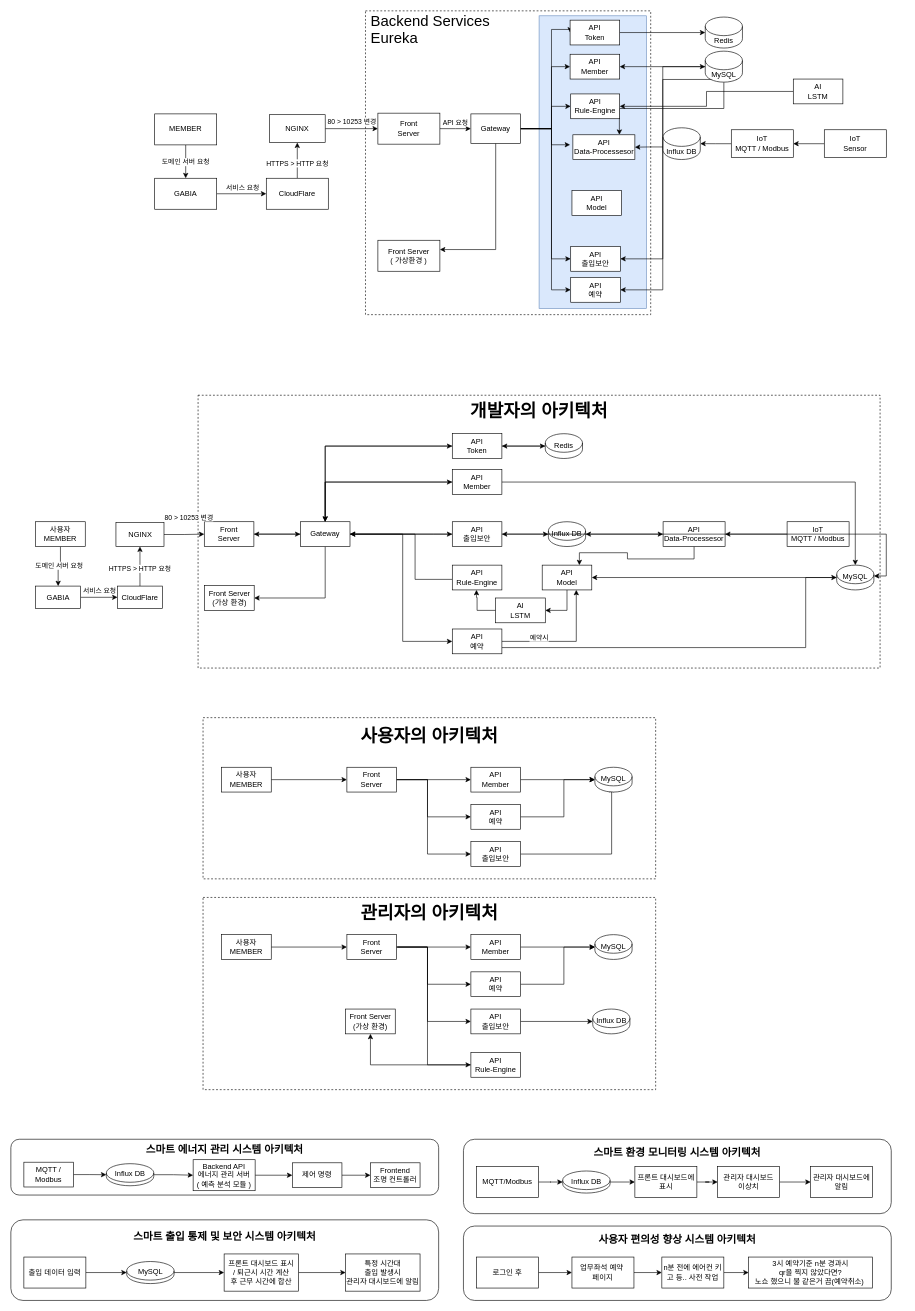
Before: team2-pangyo-coffee-legends.drawio.xml in nhnacademy-aiot2-pangyo-coffee-legends/drawio, a draw.io diagram. Source tidied: cells renumbered, new cells numbered last; positions are measured from the earlier drawing's top-left corner, leaving out a move shared by most shapes. Both pictures are drawn from the tidied source at 62%, with x=0, y=0 at pixel (11, 11).
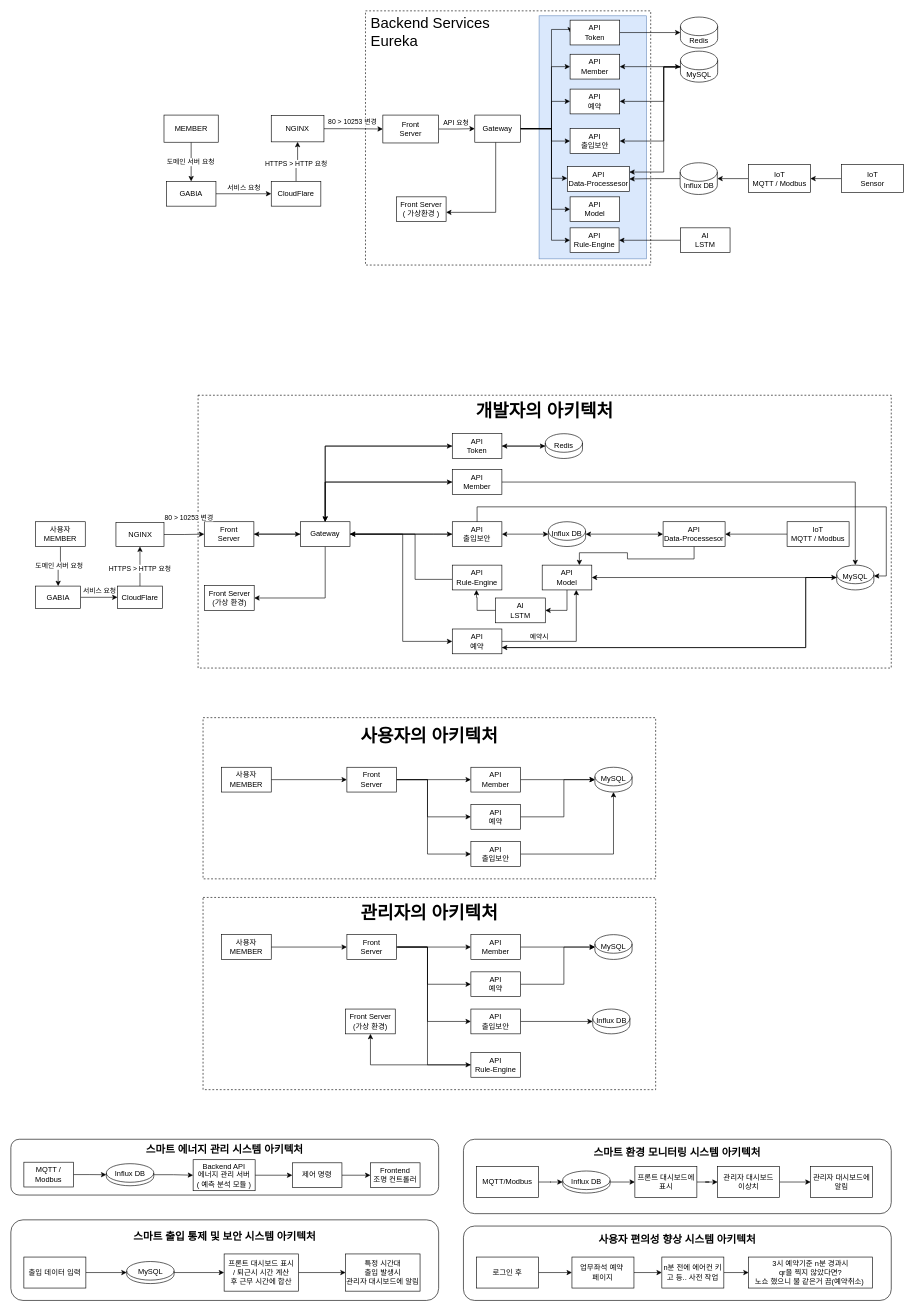
The same diagram, later.

The change refers to these unchanged cells:
```xml
<mxCell id="94" value="&lt;div&gt;API&lt;/div&gt;출입보안" style="rounded=0;whiteSpace=wrap;html=1;" parent="1" vertex="1">
  <mxGeometry x="712" y="824" width="80" height="40" as="geometry" />
</mxCell>
<mxCell id="99" value="MySQL&lt;br&gt;&lt;div&gt;&lt;span style=&quot;background-color: transparent; color: light-dark(rgb(0, 0, 0), rgb(255, 255, 255));&quot;&gt;&lt;br&gt;&lt;/span&gt;&lt;/div&gt;&lt;div&gt;&lt;span style=&quot;background-color: transparent; color: light-dark(rgb(0, 0, 0), rgb(255, 255, 255));&quot;&gt;&lt;br&gt;&lt;/span&gt;&lt;/div&gt;" style="shape=cylinder3;whiteSpace=wrap;html=1;boundedLbl=1;backgroundOutline=1;size=15;" parent="1" vertex="1">
  <mxGeometry x="1332" y="894" width="60" height="40" as="geometry" />
</mxCell>
<mxCell id="111" style="edgeStyle=orthogonalEdgeStyle;rounded=0;jettySize=auto;html=1;" parent="1" edge="1" source="114" target="110">
  <mxGeometry relative="1" as="geometry">
    <Array as="points">
      <mxPoint x="912" y="1017" />
    </Array>
  </mxGeometry>
</mxCell>
<mxCell id="114" value="API&lt;div&gt;예약&lt;/div&gt;" style="rounded=0;whiteSpace=wrap;html=1;" parent="1" vertex="1">
  <mxGeometry x="712" y="997" width="80" height="40" as="geometry" />
</mxCell>
<mxCell id="147" value="&lt;div&gt;API&lt;/div&gt;출입보안" style="rounded=0;whiteSpace=wrap;html=1;" parent="1" vertex="1">
  <mxGeometry x="742" y="1340" width="80" height="40" as="geometry" />
</mxCell>
<mxCell id="150" value="MySQL&lt;br&gt;&lt;div&gt;&lt;span style=&quot;background-color: transparent; color: light-dark(rgb(0, 0, 0), rgb(255, 255, 255));&quot;&gt;&lt;br&gt;&lt;/span&gt;&lt;/div&gt;&lt;div&gt;&lt;span style=&quot;background-color: transparent; color: light-dark(rgb(0, 0, 0), rgb(255, 255, 255));&quot;&gt;&lt;br&gt;&lt;/span&gt;&lt;/div&gt;" style="shape=cylinder3;whiteSpace=wrap;html=1;boundedLbl=1;backgroundOutline=1;size=15;" parent="1" vertex="1">
  <mxGeometry x="942" y="1220" width="60" height="40" as="geometry" />
</mxCell>
```

Change to the diagram source:
```diff
@@
-    <mxCell id="2" value="&lt;span style=&quot;font-size: 24px;&quot;&gt;&amp;nbsp;Backend Services&lt;/span&gt;&lt;br&gt;&lt;div&gt;&lt;span style=&quot;font-size: 24px;&quot;&gt;&amp;nbsp;Eureka&lt;br&gt;&lt;/span&gt;&lt;div&gt;&lt;font style=&quot;background-color: light-dark(#ffffff, var(--ge-dark-color, #121212)); font-size: 27px;&quot;&gt;&lt;br&gt;&lt;/font&gt;&lt;/div&gt;&lt;div&gt;&lt;br&gt;&lt;/div&gt;&lt;div&gt;&lt;br&gt;&lt;/div&gt;&lt;div&gt;&lt;br&gt;&lt;/div&gt;&lt;div&gt;&lt;font style=&quot;background-color: light-dark(#ffffff, var(--ge-dark-color, #121212)); font-size: 27px;&quot;&gt;&lt;br&gt;&lt;/font&gt;&lt;/div&gt;&lt;div&gt;&lt;font style=&quot;background-color: light-dark(#ffffff, var(--ge-dark-color, #121212)); font-size: 27px;&quot;&gt;&lt;br&gt;&lt;/font&gt;&lt;/div&gt;&lt;div&gt;&lt;font style=&quot;background-color: light-dark(#ffffff, var(--ge-dark-color, #121212)); font-size: 27px;&quot;&gt;&lt;br&gt;&lt;/font&gt;&lt;/div&gt;&lt;div&gt;&lt;font style=&quot;background-color: light-dark(#ffffff, var(--ge-dark-color, #121212)); font-size: 27px;&quot;&gt;&lt;br&gt;&lt;/font&gt;&lt;/div&gt;&lt;div&gt;&lt;font style=&quot;background-color: light-dark(#ffffff, var(--ge-dark-color, #121212)); font-size: 27px;&quot;&gt;&lt;br&gt;&lt;/font&gt;&lt;/div&gt;&lt;div&gt;&lt;font style=&quot;background-color: light-dark(#ffffff, var(--ge-dark-color, #121212)); font-size: 27px;&quot;&gt;&lt;br&gt;&lt;/font&gt;&lt;/div&gt;&lt;div&gt;&lt;font style=&quot;background-color: light-dark(#ffffff, var(--ge-dark-color, #121212)); font-size: 27px;&quot;&gt;&lt;br&gt;&lt;/font&gt;&lt;/div&gt;&lt;div&gt;&lt;font style=&quot;background-color: light-dark(#ffffff, var(--ge-dark-color, #121212)); font-size: 27px;&quot;&gt;&lt;br&gt;&lt;/font&gt;&lt;/div&gt;&lt;div&gt;&lt;br&gt;&lt;/div&gt;&lt;div&gt;&lt;font style=&quot;background-color: light-dark(#ffffff, var(--ge-dark-color, #121212)); font-size: 27px;&quot;&gt;&lt;br&gt;&lt;/font&gt;&lt;/div&gt;&lt;div&gt;&lt;font style=&quot;background-color: light-dark(#ffffff, var(--ge-dark-color, #121212)); font-size: 27px;&quot;&gt;&lt;br&gt;&lt;/font&gt;&lt;/div&gt;&lt;div&gt;&lt;br&gt;&lt;/div&gt;&lt;/div&gt;" style="rounded=0;whiteSpace=wrap;html=1;align=left;dashed=1;" parent="1" vertex="1">
-      <mxGeometry x="572" width="460" height="490" as="geometry" />
+    <mxCell id="2" value="&lt;span style=&quot;font-size: 24px;&quot;&gt;&amp;nbsp;Backend Services&lt;/span&gt;&lt;br&gt;&lt;div&gt;&lt;span style=&quot;font-size: 24px;&quot;&gt;&amp;nbsp;Eureka&lt;br&gt;&lt;/span&gt;&lt;div&gt;&lt;font style=&quot;background-color: light-dark(#ffffff, var(--ge-dark-color, #121212)); font-size: 27px;&quot;&gt;&lt;br&gt;&lt;/font&gt;&lt;/div&gt;&lt;div&gt;&lt;br&gt;&lt;/div&gt;&lt;div&gt;&lt;br&gt;&lt;/div&gt;&lt;div&gt;&lt;br&gt;&lt;/div&gt;&lt;div&gt;&lt;font style=&quot;background-color: light-dark(#ffffff, var(--ge-dark-color, #121212)); font-size: 27px;&quot;&gt;&lt;br&gt;&lt;/font&gt;&lt;/div&gt;&lt;div&gt;&lt;font style=&quot;background-color: light-dark(#ffffff, var(--ge-dark-color, #121212)); font-size: 27px;&quot;&gt;&lt;br&gt;&lt;/font&gt;&lt;/div&gt;&lt;div&gt;&lt;font style=&quot;background-color: light-dark(#ffffff, var(--ge-dark-color, #121212)); font-size: 27px;&quot;&gt;&lt;br&gt;&lt;/font&gt;&lt;/div&gt;&lt;div&gt;&lt;font style=&quot;background-color: light-dark(#ffffff, var(--ge-dark-color, #121212)); font-size: 27px;&quot;&gt;&lt;br&gt;&lt;/font&gt;&lt;/div&gt;&lt;div&gt;&lt;br&gt;&lt;/div&gt;&lt;div&gt;&lt;br&gt;&lt;/div&gt;&lt;div&gt;&lt;br&gt;&lt;/div&gt;&lt;div&gt;&lt;br&gt;&lt;/div&gt;&lt;div&gt;&lt;font style=&quot;background-color: light-dark(#ffffff, var(--ge-dark-color, #121212)); font-size: 27px;&quot;&gt;&lt;br&gt;&lt;/font&gt;&lt;/div&gt;&lt;div&gt;&lt;font style=&quot;background-color: light-dark(#ffffff, var(--ge-dark-color, #121212)); font-size: 27px;&quot;&gt;&lt;br&gt;&lt;/font&gt;&lt;/div&gt;&lt;div&gt;&lt;br&gt;&lt;/div&gt;&lt;/div&gt;" style="rounded=0;whiteSpace=wrap;html=1;align=left;dashed=1;" parent="1" vertex="1">
+      <mxGeometry x="572" width="460" height="410" as="geometry" />
     </mxCell>
     <mxCell id="3" style="rounded=0;whiteSpace=wrap;html=1;rotation=0;fillColor=#dae8fc;strokeColor=#6c8ebf;" parent="1" vertex="1">
-      <mxGeometry x="852" y="8" width="173" height="472" as="geometry" />
+      <mxGeometry x="852" y="8" width="173" height="392" as="geometry" />
     </mxCell>
@@
     <mxCell id="5" value="&lt;div style=&quot;&quot;&gt;&lt;b&gt;&lt;font style=&quot;font-size: 29px;&quot;&gt;개발자의 아키텍처&lt;/font&gt;&lt;/b&gt;&lt;/div&gt;&lt;div style=&quot;&quot;&gt;&lt;br&gt;&lt;/div&gt;&lt;div style=&quot;&quot;&gt;&lt;br&gt;&lt;/div&gt;&lt;div style=&quot;&quot;&gt;&lt;br&gt;&lt;/div&gt;&lt;div style=&quot;&quot;&gt;&lt;br&gt;&lt;/div&gt;&lt;div style=&quot;&quot;&gt;&lt;br&gt;&lt;/div&gt;&lt;div style=&quot;&quot;&gt;&lt;br&gt;&lt;/div&gt;&lt;div style=&quot;&quot;&gt;&lt;br&gt;&lt;/div&gt;&lt;div style=&quot;&quot;&gt;&lt;br&gt;&lt;/div&gt;&lt;div style=&quot;&quot;&gt;&lt;br&gt;&lt;/div&gt;&lt;div style=&quot;&quot;&gt;&lt;br&gt;&lt;/div&gt;&lt;div style=&quot;&quot;&gt;&lt;br&gt;&lt;/div&gt;&lt;div style=&quot;&quot;&gt;&lt;br&gt;&lt;/div&gt;&lt;div style=&quot;&quot;&gt;&lt;br&gt;&lt;/div&gt;&lt;div style=&quot;&quot;&gt;&lt;br&gt;&lt;/div&gt;&lt;div style=&quot;&quot;&gt;&lt;br&gt;&lt;/div&gt;&lt;div style=&quot;&quot;&gt;&lt;br&gt;&lt;/div&gt;&lt;div style=&quot;&quot;&gt;&lt;br&gt;&lt;/div&gt;&lt;div style=&quot;&quot;&gt;&lt;br&gt;&lt;/div&gt;&lt;div style=&quot;&quot;&gt;&lt;br&gt;&lt;/div&gt;&lt;div style=&quot;&quot;&gt;&lt;br&gt;&lt;/div&gt;&lt;div style=&quot;&quot;&gt;&lt;br&gt;&lt;/div&gt;&lt;div style=&quot;&quot;&gt;&lt;br&gt;&lt;/div&gt;&lt;div style=&quot;&quot;&gt;&lt;br&gt;&lt;/div&gt;&lt;div style=&quot;&quot;&gt;&lt;br&gt;&lt;/div&gt;&lt;div style=&quot;&quot;&gt;&lt;br&gt;&lt;/div&gt;&lt;div style=&quot;&quot;&gt;&lt;br&gt;&lt;/div&gt;&lt;div style=&quot;&quot;&gt;&lt;br&gt;&lt;/div&gt;" style="rounded=0;whiteSpace=wrap;html=1;align=center;dashed=1;" parent="1" vertex="1">
-      <mxGeometry x="302" y="620" width="1100" height="440" as="geometry" />
+      <mxGeometry x="302" y="620" width="1118" height="440" as="geometry" />
     </mxCell>
@@
     <mxCell id="44" value="MEMBER" style="rounded=0;whiteSpace=wrap;html=1;" parent="1" vertex="1">
-      <mxGeometry x="232" y="166.2" width="100" height="50" as="geometry" />
+      <mxGeometry x="247" y="168.1" width="87.5" height="43.8" as="geometry" />
     </mxCell>
@@
     <mxCell id="47" value="Front&lt;br&gt;Server" style="rounded=0;whiteSpace=wrap;html=1;" parent="1" vertex="1">
-      <mxGeometry x="592" y="165" width="100" height="50" as="geometry" />
+      <mxGeometry x="600" y="168.1" width="90" height="45" as="geometry" />
     </mxCell>
-    <mxCell id="48" style="edgeStyle=orthogonalEdgeStyle;rounded=0;jettySize=auto;html=1;" parent="1" edge="1" source="55" target="85">
-      <mxGeometry relative="1" as="geometry">
-        <Array as="points">
-          <mxPoint x="872" y="190" />
-          <mxPoint x="872" y="450" />
-        </Array>
-      </mxGeometry>
-    </mxCell>
@@
-    <mxCell id="51" style="edgeStyle=orthogonalEdgeStyle;rounded=0;orthogonalLoop=1;jettySize=auto;html=1;" parent="1" edge="1">
+    <mxCell id="51" style="edgeStyle=orthogonalEdgeStyle;rounded=0;jettySize=auto;html=1;" parent="1" edge="1" target="169">
       <mxGeometry relative="1" as="geometry">
         <mxPoint x="822" y="190" as="sourcePoint" />
-        <mxPoint x="902" y="216" as="targetPoint" />
         <Array as="points">
           <mxPoint x="872" y="190" />
-          <mxPoint x="872" y="216" />
+          <mxPoint x="872" y="320" />
         </Array>
       </mxGeometry>
     </mxCell>
-    <mxCell id="52" style="edgeStyle=orthogonalEdgeStyle;rounded=0;jettySize=auto;html=1;entryX=0;entryY=0.5;entryDx=0;entryDy=0;" parent="1" edge="1" source="55" target="70">
-      <mxGeometry relative="1" as="geometry">
-        <Array as="points">
-          <mxPoint x="872" y="190" />
-          <mxPoint x="872" y="400" />
-        </Array>
-      </mxGeometry>
-    </mxCell>
     <mxCell id="53" style="edgeStyle=orthogonalEdgeStyle;rounded=0;jettySize=auto;html=1;" parent="1" edge="1" source="55" target="82">
       <mxGeometry relative="1" as="geometry">
         <Array as="points">
           <mxPoint x="872" y="190" />
-          <mxPoint x="872" y="154" />
+          <mxPoint x="872" y="370" />
         </Array>
       </mxGeometry>
     </mxCell>
     <mxCell id="54" style="edgeStyle=orthogonalEdgeStyle;rounded=0;jettySize=auto;html=1;" parent="1" edge="1" source="55" target="86">
       <mxGeometry relative="1" as="geometry">
         <Array as="points">
-          <mxPoint x="782" y="385" />
+          <mxPoint x="782" y="325" />
         </Array>
       </mxGeometry>
     </mxCell>
+    <mxCell id="172" style="edgeStyle=orthogonalEdgeStyle;rounded=0;jettySize=auto;html=1;" parent="1" edge="1" source="55" target="81">
+      <mxGeometry relative="1" as="geometry">
+        <Array as="points">
+          <mxPoint x="872" y="190" />
+          <mxPoint x="872" y="270" />
+        </Array>
+      </mxGeometry>
+    </mxCell>
+    <mxCell id="48" style="edgeStyle=orthogonalEdgeStyle;rounded=0;jettySize=auto;html=1;" parent="1" edge="1" source="55" target="85">
+      <mxGeometry relative="1" as="geometry">
+        <Array as="points">
+          <mxPoint x="872" y="190" />
+          <mxPoint x="872" y="146" />
+        </Array>
+      </mxGeometry>
+    </mxCell>
     <mxCell id="55" value="Gatew&lt;span style=&quot;background-color: transparent; color: light-dark(rgb(0, 0, 0), rgb(255, 255, 255));&quot;&gt;ay&lt;/span&gt;" style="rounded=0;whiteSpace=wrap;html=1;" parent="1" vertex="1">
-      <mxGeometry x="742" y="166.2" width="80" height="47.5" as="geometry" />
+      <mxGeometry x="748.3" y="168.1" width="73.7" height="43.8" as="geometry" />
     </mxCell>
@@
     <mxCell id="58" value="NGINX" style="rounded=0;whiteSpace=wrap;html=1;" parent="1" vertex="1">
-      <mxGeometry x="417" y="167.5" width="90" height="45" as="geometry" />
+      <mxGeometry x="420" y="168.8" width="85" height="42.5" as="geometry" />
     </mxCell>
@@
     <mxCell id="61" value="GABIA" style="rounded=0;whiteSpace=wrap;html=1;" parent="1" vertex="1">
-      <mxGeometry x="232" y="270" width="100" height="50" as="geometry" />
+      <mxGeometry x="250.8" y="275" width="80" height="40" as="geometry" />
     </mxCell>
@@
     <mxCell id="64" value="CloudFlare" style="rounded=0;whiteSpace=wrap;html=1;" parent="1" vertex="1">
-      <mxGeometry x="412" y="270" width="100" height="50" as="geometry" />
+      <mxGeometry x="420" y="275" width="80" height="40" as="geometry" />
     </mxCell>
@@
     <mxCell id="69" value="IoT&lt;br&gt;&lt;div&gt;MQTT / Modbus&lt;/div&gt;" style="rounded=0;whiteSpace=wrap;html=1;" parent="1" vertex="1">
-      <mxGeometry x="1162" y="191.8" width="100" height="45" as="geometry" />
+      <mxGeometry x="1189.5" y="248.1" width="100" height="45" as="geometry" />
     </mxCell>
-    <mxCell id="70" value="&lt;div&gt;API&lt;/div&gt;출입보안" style="rounded=0;whiteSpace=wrap;html=1;" parent="1" vertex="1">
-      <mxGeometry x="903" y="380" width="80" height="40" as="geometry" />
-    </mxCell>
@@
+    <mxCell id="73" style="edgeStyle=orthogonalEdgeStyle;rounded=0;jettySize=auto;html=1;" parent="1" edge="1" source="75" target="70">
+      <mxGeometry relative="1" as="geometry">
+        <Array as="points">
+          <mxPoint x="1053" y="90" />
+          <mxPoint x="1053" y="210" />
+        </Array>
+      </mxGeometry>
+    </mxCell>
-    <mxCell id="72" style="edgeStyle=orthogonalEdgeStyle;rounded=0;jettySize=auto;html=1;exitX=0.5;exitY=1;exitDx=0;exitDy=0;exitPerimeter=0;entryX=0.75;entryY=0;entryDx=0;entryDy=0;" parent="1" edge="1" source="75" target="81">
-      <mxGeometry relative="1" as="geometry" />
+    <mxCell id="72" style="edgeStyle=orthogonalEdgeStyle;rounded=0;jettySize=auto;html=1;exitX=0.21;exitY=0.514;exitDx=0;exitDy=0;exitPerimeter=0;" parent="1" edge="1" source="75" target="81">
+      <mxGeometry relative="1" as="geometry">
+        <Array as="points">
+          <mxPoint x="1053" y="91" />
+          <mxPoint x="1053" y="260" />
+        </Array>
+      </mxGeometry>
     </mxCell>
-    <mxCell id="73" style="edgeStyle=orthogonalEdgeStyle;rounded=0;jettySize=auto;html=1;entryX=1;entryY=0.5;entryDx=0;entryDy=0;" parent="1" edge="1" source="75" target="70">
-      <mxGeometry relative="1" as="geometry" />
-    </mxCell>
-    <mxCell id="74" style="edgeStyle=orthogonalEdgeStyle;rounded=0;jettySize=auto;html=1;exitX=0.855;exitY=1;exitDx=0;exitDy=-4.35;exitPerimeter=0;entryX=1;entryY=0.5;entryDx=0;entryDy=0;" parent="1" edge="1" source="75" target="85">
-      <mxGeometry relative="1" as="geometry" />
+    <mxCell id="74" style="edgeStyle=orthogonalEdgeStyle;rounded=0;jettySize=auto;html=1;exitX=0.276;exitY=0.514;exitDx=0;exitDy=0;exitPerimeter=0;" parent="1" edge="1" source="75" target="85">
+      <mxGeometry relative="1" as="geometry">
+        <Array as="points">
+          <mxPoint x="1053" y="91" />
+          <mxPoint x="1053" y="146" />
+        </Array>
+      </mxGeometry>
     </mxCell>
     <mxCell id="75" value="MySQL" style="shape=cylinder3;whiteSpace=wrap;html=1;boundedLbl=1;backgroundOutline=1;size=15;" parent="1" vertex="1">
-      <mxGeometry x="1120" y="65" width="60" height="50" as="geometry" />
+      <mxGeometry x="1080" y="65" width="60" height="50" as="geometry" />
     </mxCell>
-    <mxCell id="76" style="edgeStyle=orthogonalEdgeStyle;rounded=0;jettySize=auto;html=1;exitX=0;exitY=0;exitDx=0;exitDy=30.9375;exitPerimeter=0;entryX=1;entryY=0.5;entryDx=0;entryDy=0;" parent="1" edge="1" source="77" target="81">
+    <mxCell id="76" style="edgeStyle=orthogonalEdgeStyle;rounded=0;jettySize=auto;html=1;" parent="1" edge="1" source="77" target="81">
       <mxGeometry relative="1" as="geometry" />
     </mxCell>
     <mxCell id="77" value="Influx&amp;nbsp;&lt;span style=&quot;background-color: transparent; color: light-dark(rgb(0, 0, 0), rgb(255, 255, 255));&quot;&gt;DB&lt;/span&gt;" style="shape=cylinder3;whiteSpace=wrap;html=1;boundedLbl=1;backgroundOutline=1;size=15;" parent="1" vertex="1">
-      <mxGeometry x="1052" y="188.6" width="60" height="51.2" as="geometry" />
+      <mxGeometry x="1079.5" y="245" width="60" height="51.2" as="geometry" />
     </mxCell>
@@
     <mxCell id="79" value="IoT&lt;div&gt;Sensor&lt;/div&gt;" style="rounded=0;whiteSpace=wrap;html=1;" parent="1" vertex="1">
-      <mxGeometry x="1312" y="191.8" width="100" height="45" as="geometry" />
+      <mxGeometry x="1339.5" y="248.1" width="100" height="45" as="geometry" />
     </mxCell>
     <mxCell id="80" value="Redis" style="shape=cylinder3;whiteSpace=wrap;html=1;boundedLbl=1;backgroundOutline=1;size=15;" parent="1" vertex="1">
-      <mxGeometry x="1120" y="10" width="60" height="50" as="geometry" />
+      <mxGeometry x="1080" y="10" width="60" height="50" as="geometry" />
     </mxCell>
-    <mxCell id="81" value="&lt;div&gt;API&lt;/div&gt;Data-Processesor" style="rounded=0;whiteSpace=wrap;html=1;" parent="1" vertex="1">
-      <mxGeometry x="906.5" y="199.9" width="100" height="40" as="geometry" />
-    </mxCell>
     <mxCell id="82" value="&lt;div&gt;API&lt;/div&gt;Rule-Engine" style="rounded=0;whiteSpace=wrap;html=1;" parent="1" vertex="1">
-      <mxGeometry x="903" y="134" width="79" height="40" as="geometry" />
+      <mxGeometry x="902" y="350" width="79" height="40" as="geometry" />
     </mxCell>
@@
     <mxCell id="84" value="&lt;div&gt;AI&lt;/div&gt;LSTM" style="rounded=0;whiteSpace=wrap;html=1;" parent="1" vertex="1">
-      <mxGeometry x="1262" y="110" width="80" height="40" as="geometry" />
+      <mxGeometry x="1080" y="350" width="80" height="40" as="geometry" />
     </mxCell>
     <mxCell id="85" value="&lt;div&gt;API&lt;/div&gt;예약" style="rounded=0;whiteSpace=wrap;html=1;" parent="1" vertex="1">
-      <mxGeometry x="903" y="430" width="80" height="40" as="geometry" />
+      <mxGeometry x="902" y="126.2" width="80" height="40" as="geometry" />
     </mxCell>
     <mxCell id="86" value="Front Server&lt;div&gt;( 가상환경 )&lt;/div&gt;" style="rounded=0;whiteSpace=wrap;html=1;" parent="1" vertex="1">
-      <mxGeometry x="592" y="370" width="100" height="50" as="geometry" />
+      <mxGeometry x="622" y="300" width="80" height="40" as="geometry" />
     </mxCell>
@@
+    <mxCell id="173" style="edgeStyle=orthogonalEdgeStyle;rounded=0;jettySize=auto;html=1;" parent="1" edge="1" source="99" target="114">
+      <mxGeometry relative="1" as="geometry">
+        <Array as="points">
+          <mxPoint x="1282" y="914" />
+          <mxPoint x="1282" y="1027" />
+        </Array>
+      </mxGeometry>
+    </mxCell>
@@
     <mxCell id="112" value="예약시" style="edgeLabel;html=1;align=center;verticalAlign=middle;" parent="111" vertex="1">
       <mxGeometry x="-0.42" relative="1" as="geometry">
-        <mxPoint y="-7" as="offset" />
+        <mxPoint y="-9" as="offset" />
       </mxGeometry>
     </mxCell>
@@
-    <mxCell id="146" style="edgeStyle=orthogonalEdgeStyle;rounded=0;jettySize=auto;html=1;entryX=0.45;entryY=0.797;entryDx=0;entryDy=0;entryPerimeter=0;" parent="1" edge="1" source="147" target="150">
+    <mxCell id="146" style="edgeStyle=orthogonalEdgeStyle;rounded=0;jettySize=auto;html=1;" parent="1" edge="1" source="147" target="150">
       <mxGeometry relative="1" as="geometry" />
     </mxCell>
@@
     <mxCell id="169" value="&lt;div&gt;API&lt;/div&gt;&lt;div&gt;Model&lt;br&gt;&lt;/div&gt;" style="rounded=0;whiteSpace=wrap;html=1;" parent="1" vertex="1">
-      <mxGeometry x="905" y="290" width="80" height="40" as="geometry" />
+      <mxGeometry x="902" y="300" width="80" height="40" as="geometry" />
     </mxCell>
     <mxCell id="170" style="edgeStyle=orthogonalEdgeStyle;rounded=0;jettySize=auto;html=1;entryX=1;entryY=0;entryDx=0;entryDy=17.5;entryPerimeter=0;" parent="1" edge="1" source="94" target="99">
-      <mxGeometry relative="1" as="geometry" />
+      <mxGeometry relative="1" as="geometry">
+        <Array as="points">
+          <mxPoint x="752" y="800" />
+          <mxPoint x="1412" y="800" />
+          <mxPoint x="1412" y="912" />
+        </Array>
+      </mxGeometry>
     </mxCell>
@@
+    <mxCell id="52" style="edgeStyle=orthogonalEdgeStyle;rounded=0;jettySize=auto;html=1;" parent="1" edge="1" source="55" target="70">
+      <mxGeometry relative="1" as="geometry">
+        <Array as="points">
+          <mxPoint x="872" y="190" />
+        </Array>
+      </mxGeometry>
+    </mxCell>
+    <mxCell id="70" value="&lt;div&gt;API&lt;/div&gt;출입보안" style="rounded=0;whiteSpace=wrap;html=1;" parent="1" vertex="1">
+      <mxGeometry x="902" y="190" width="80" height="40" as="geometry" />
+    </mxCell>
+    <mxCell id="81" value="&lt;div&gt;API&lt;/div&gt;Data-Processesor" style="rounded=0;whiteSpace=wrap;html=1;" parent="1" vertex="1">
+      <mxGeometry x="897.5" y="251.2" width="100" height="40" as="geometry" />
+    </mxCell>
```
